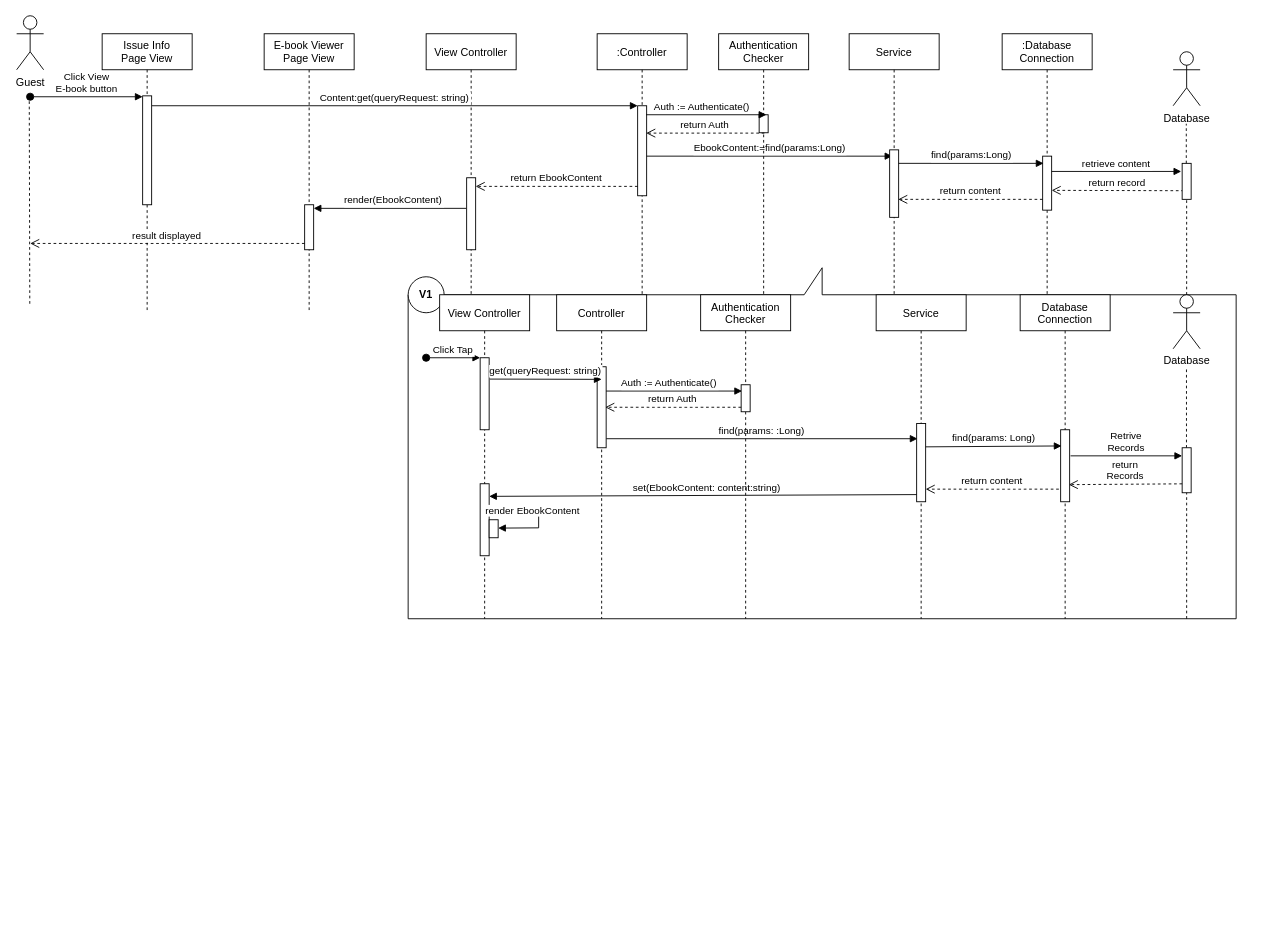
The draw.io diagram docs/SequenceDiagram/diagrams/SD-UC-11.drawio in youngkwon02/Enhanced-library-management, before the edit. Source tidied: cells renumbered, new cells numbered last; positions are measured from the earlier drawing's top-left corner, leaving out a move shared by most shapes. Both pictures are drawn from the tidied source at 90%, with x=0, y=0 at pixel (16, 15).
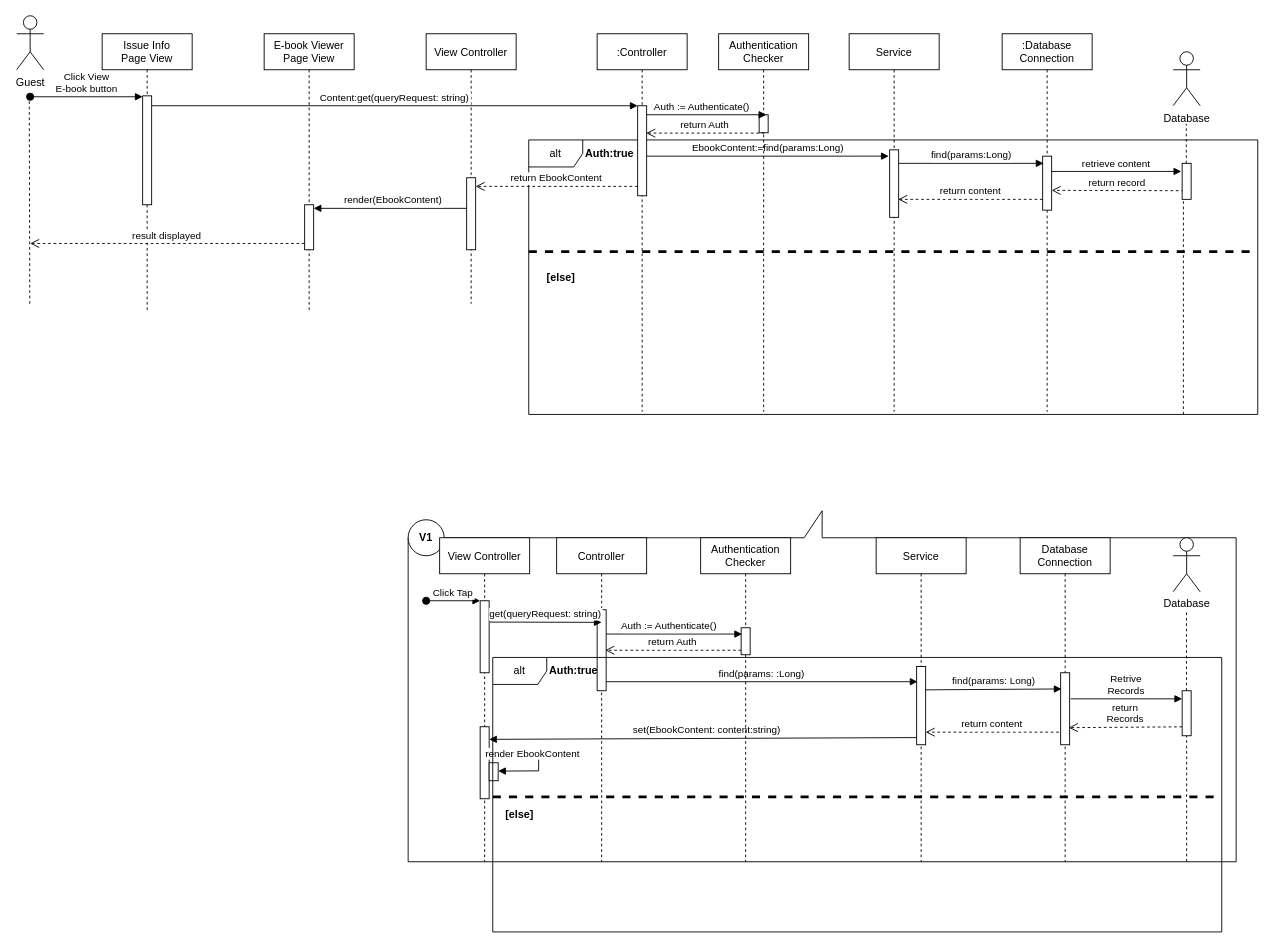
The same page after the edit.

The change refers to these unchanged cells:
```xml
<mxCell id="36" style="points=[];perimeter=orthogonalPerimeter;rounded=0;shadow=0;strokeWidth=1;" parent="33" vertex="1">
  <mxGeometry x="45" y="210" width="10" height="80" as="geometry" />
</mxCell>
<mxCell id="41" style="points=[];perimeter=orthogonalPerimeter;rounded=0;shadow=0;strokeWidth=1;" parent="1" vertex="1">
  <mxGeometry x="1295" y="164" width="10" height="40" as="geometry" />
</mxCell>
<mxCell id="44" style="points=[];perimeter=orthogonalPerimeter;rounded=0;shadow=0;strokeWidth=1;" parent="43" vertex="1">
  <mxGeometry x="45" y="129" width="10" height="75" as="geometry" />
</mxCell>
```

Diff of the diagram source:
```diff
@@
+    <mxCell id="65" value="alt" style="shape=umlFrame;whiteSpace=wrap;html=1;" parent="1" vertex="1">
+      <mxGeometry x="569" y="138" width="810" height="305" as="geometry" />
+    </mxCell>
@@
     <mxCell id="5" value=":Controller" style="shape=umlLifeline;perimeter=lifelinePerimeter;rounded=0;shadow=0;strokeWidth=1;" parent="1" vertex="1">
-      <mxGeometry x="645" y="20" width="100" height="300" as="geometry" />
+      <mxGeometry x="645" y="20" width="100" height="420" as="geometry" />
     </mxCell>
@@
     <mxCell id="10" value=":Database&#10;Connection" style="shape=umlLifeline;perimeter=lifelinePerimeter;rounded=0;shadow=0;strokeWidth=1;" parent="1" vertex="1">
-      <mxGeometry x="1095" y="20" width="100" height="300" as="geometry" />
+      <mxGeometry x="1095" y="20" width="100" height="420" as="geometry" />
     </mxCell>
@@
-    <mxCell id="13" value="EbookContent:=find(params:Long)" style="verticalAlign=bottom;endArrow=block;shadow=0;strokeWidth=1;entryX=0.48;entryY=0.469;entryDx=0;entryDy=0;entryPerimeter=0;" parent="1" edge="1" target="43">
+    <mxCell id="13" value="EbookContent:=find(params:Long)" style="verticalAlign=bottom;endArrow=block;shadow=0;strokeWidth=1;entryX=-0.1;entryY=0.093;entryDx=0;entryDy=0;entryPerimeter=0;" parent="1" edge="1" target="44">
       <mxGeometry relative="1" as="geometry">
         <mxPoint x="700" y="156" as="sourcePoint" />
       </mxGeometry>
     </mxCell>
@@
     <mxCell id="18" style="shape=callout;whiteSpace=wrap;html=1;perimeter=calloutPerimeter;rotation=-180;" parent="1" vertex="1">
-      <mxGeometry x="435" y="280" width="920" height="390" as="geometry" />
+      <mxGeometry x="435" y="550" width="920" height="390" as="geometry" />
     </mxCell>
     <mxCell id="19" value="Database" style="shape=umlActor;verticalLabelPosition=bottom;verticalAlign=top;html=1;" parent="1" vertex="1">
-      <mxGeometry x="1285" y="310" width="30" height="60" as="geometry" />
+      <mxGeometry x="1285" y="580" width="30" height="60" as="geometry" />
     </mxCell>
     <mxCell id="20" style="endArrow=none;dashed=1;html=1;startArrow=none;" parent="1" edge="1" source="22">
       <mxGeometry relative="1" as="geometry">
-        <mxPoint x="1299.8" y="390" as="targetPoint" />
+        <mxPoint x="1299.8" y="660" as="targetPoint" />
       </mxGeometry>
     </mxCell>
@@
     <mxCell id="22" style="points=[];perimeter=orthogonalPerimeter;rounded=0;shadow=0;strokeWidth=1;" parent="1" vertex="1">
-      <mxGeometry x="1295" y="480" width="10" height="50" as="geometry" />
+      <mxGeometry x="1295" y="750" width="10" height="50" as="geometry" />
     </mxCell>
     <mxCell id="23" style="endArrow=none;dashed=1;html=1;startArrow=none;" parent="1" edge="1" target="22">
       <mxGeometry relative="1" as="geometry">
-        <mxPoint x="1300" y="670" as="sourcePoint" />
+        <mxPoint x="1300" y="940" as="sourcePoint" />
       </mxGeometry>
     </mxCell>
     <mxCell id="24" value="Retrive&#10;Records" style="verticalAlign=bottom;endArrow=block;shadow=0;strokeWidth=1;" parent="1" edge="1">
       <mxGeometry relative="1" as="geometry">
-        <mxPoint x="1171" y="489" as="sourcePoint" />
-        <mxPoint x="1295" y="489" as="targetPoint" />
+        <mxPoint x="1171" y="759" as="sourcePoint" />
+        <mxPoint x="1295" y="759" as="targetPoint" />
       </mxGeometry>
     </mxCell>
     <mxCell id="25" value="return&#10;Records" style="verticalAlign=bottom;endArrow=open;dashed=1;endSize=8;exitX=-0.026;exitY=1.002;shadow=0;strokeWidth=1;exitDx=0;exitDy=0;exitPerimeter=0;" parent="1" edge="1">
       <mxGeometry relative="1" as="geometry">
-        <mxPoint x="1295" y="520.1" as="sourcePoint" />
-        <mxPoint x="1169" y="521" as="targetPoint" />
+        <mxPoint x="1295" y="790.1" as="sourcePoint" />
+        <mxPoint x="1169" y="791" as="targetPoint" />
       </mxGeometry>
     </mxCell>
     <mxCell id="26" value="set(EbookContent: content:string)" style="verticalAlign=bottom;endArrow=block;shadow=0;strokeWidth=1;entryX=1;entryY=0.175;entryDx=0;entryDy=0;entryPerimeter=0;" parent="1" edge="1" target="36">
       <mxGeometry relative="1" as="geometry">
-        <mxPoint x="1009" y="532" as="sourcePoint" />
+        <mxPoint x="1009" y="802" as="sourcePoint" />
       </mxGeometry>
     </mxCell>
     <mxCell id="27" style="ellipse;whiteSpace=wrap;html=1;" parent="1" vertex="1">
-      <mxGeometry x="435" y="290" width="40" height="40" as="geometry" />
+      <mxGeometry x="435" y="560" width="40" height="40" as="geometry" />
     </mxCell>
     <mxCell id="28" value="&lt;b&gt;V1&lt;/b&gt;" style="text;html=1;strokeColor=none;fillColor=none;align=center;verticalAlign=middle;whiteSpace=wrap;rounded=0;" parent="1" vertex="1">
-      <mxGeometry x="435" y="300" width="40" height="20" as="geometry" />
+      <mxGeometry x="435" y="570" width="40" height="20" as="geometry" />
     </mxCell>
     <mxCell id="29" value="Controller" style="shape=umlLifeline;perimeter=lifelinePerimeter;rounded=0;shadow=0;strokeWidth=1;" parent="1" vertex="1">
-      <mxGeometry x="600" y="310" width="100" height="360" as="geometry" />
+      <mxGeometry x="600" y="580" width="100" height="360" as="geometry" />
     </mxCell>
@@
     <mxCell id="31" value="Database&#10;Connection" style="shape=umlLifeline;perimeter=lifelinePerimeter;rounded=0;shadow=0;strokeWidth=1;" parent="1" vertex="1">
-      <mxGeometry x="1115" y="310" width="100" height="360" as="geometry" />
+      <mxGeometry x="1115" y="580" width="100" height="360" as="geometry" />
     </mxCell>
@@
     <mxCell id="33" value="View Controller" style="shape=umlLifeline;perimeter=lifelinePerimeter;rounded=0;shadow=0;strokeWidth=1;" parent="1" vertex="1">
-      <mxGeometry x="470" y="310" width="100" height="360" as="geometry" />
+      <mxGeometry x="470" y="580" width="100" height="360" as="geometry" />
     </mxCell>
@@
     <mxCell id="40" value="get(queryRequest: string)" style="verticalAlign=bottom;endArrow=block;shadow=0;strokeWidth=1;exitX=1.083;exitY=0.871;exitDx=0;exitDy=0;exitPerimeter=0;" parent="1" edge="1">
       <mxGeometry relative="1" as="geometry">
-        <mxPoint x="525.8" y="403.7" as="sourcePoint" />
-        <mxPoint x="650" y="404" as="targetPoint" />
+        <mxPoint x="525.8" y="673.7" as="sourcePoint" />
+        <mxPoint x="650" y="674" as="targetPoint" />
       </mxGeometry>
     </mxCell>
@@
-    <mxCell id="42" style="endArrow=none;dashed=1;html=1;" parent="1" edge="1" target="41">
-      <mxGeometry relative="1" as="geometry">
-        <mxPoint x="1300" y="310" as="sourcePoint" />
-      </mxGeometry>
+    <mxCell id="42" style="endArrow=none;dashed=1;html=1;exitX=0.898;exitY=1;exitDx=0;exitDy=0;exitPerimeter=0;" parent="1" edge="1" source="65" target="41">
+      <mxGeometry relative="1" as="geometry" />
     </mxCell>
     <mxCell id="43" value="Service" style="shape=umlLifeline;perimeter=lifelinePerimeter;rounded=0;shadow=0;strokeWidth=1;" parent="1" vertex="1">
-      <mxGeometry x="925" y="20" width="100" height="290" as="geometry" />
+      <mxGeometry x="925" y="20" width="100" height="420" as="geometry" />
     </mxCell>
@@
     <mxCell id="47" value="Service" style="shape=umlLifeline;perimeter=lifelinePerimeter;rounded=0;shadow=0;strokeWidth=1;" parent="1" vertex="1">
-      <mxGeometry x="955" y="310" width="100" height="360" as="geometry" />
+      <mxGeometry x="955" y="580" width="100" height="360" as="geometry" />
     </mxCell>
@@
     <mxCell id="49" value="find(params: Long)" style="verticalAlign=bottom;endArrow=block;shadow=0;strokeWidth=1;entryX=-0.1;entryY=0.227;entryDx=0;entryDy=0;entryPerimeter=0;exitX=1.2;exitY=0.373;exitDx=0;exitDy=0;exitPerimeter=0;" parent="1" edge="1">
       <mxGeometry relative="1" as="geometry">
-        <mxPoint x="1010" y="479" as="sourcePoint" />
-        <mxPoint x="1161" y="478" as="targetPoint" />
+        <mxPoint x="1010" y="749" as="sourcePoint" />
+        <mxPoint x="1161" y="748" as="targetPoint" />
       </mxGeometry>
     </mxCell>
     <mxCell id="50" value="return content" style="verticalAlign=bottom;endArrow=open;dashed=1;endSize=8;shadow=0;strokeWidth=1;entryX=1.1;entryY=0.839;entryDx=0;entryDy=0;entryPerimeter=0;" parent="1" edge="1">
       <mxGeometry relative="1" as="geometry">
-        <mxPoint x="1158" y="526" as="sourcePoint" />
-        <mxPoint x="1010" y="526" as="targetPoint" />
+        <mxPoint x="1158" y="796" as="sourcePoint" />
+        <mxPoint x="1010" y="796" as="targetPoint" />
       </mxGeometry>
     </mxCell>
     <mxCell id="51" value="Authentication&#10;Checker" style="shape=umlLifeline;perimeter=lifelinePerimeter;rounded=0;shadow=0;strokeWidth=1;" parent="1" vertex="1">
-      <mxGeometry x="780" y="20" width="100" height="290" as="geometry" />
+      <mxGeometry x="780" y="20" width="100" height="420" as="geometry" />
     </mxCell>
@@
     <mxCell id="55" value="Authentication&#10;Checker" style="shape=umlLifeline;perimeter=lifelinePerimeter;rounded=0;shadow=0;strokeWidth=1;" parent="1" vertex="1">
-      <mxGeometry x="760" y="310" width="100" height="360" as="geometry" />
+      <mxGeometry x="760" y="580" width="100" height="360" as="geometry" />
     </mxCell>
@@
     <mxCell id="57" value="Auth := Authenticate()" style="verticalAlign=bottom;endArrow=block;shadow=0;strokeWidth=1;" parent="1" edge="1">
       <mxGeometry x="-0.07" relative="1" as="geometry">
-        <mxPoint x="655" y="417" as="sourcePoint" />
-        <mxPoint x="806" y="417" as="targetPoint" />
+        <mxPoint x="655" y="687" as="sourcePoint" />
+        <mxPoint x="806" y="687" as="targetPoint" />
       </mxGeometry>
     </mxCell>
     <mxCell id="58" value="return Auth" style="verticalAlign=bottom;endArrow=open;dashed=1;endSize=8;shadow=0;strokeWidth=1;entryX=1;entryY=0.5;entryDx=0;entryDy=0;entryPerimeter=0;" parent="1" edge="1">
       <mxGeometry relative="1" as="geometry">
-        <mxPoint x="805" y="435" as="sourcePoint" />
-        <mxPoint x="654" y="435" as="targetPoint" />
+        <mxPoint x="805" y="705" as="sourcePoint" />
+        <mxPoint x="654" y="705" as="targetPoint" />
       </mxGeometry>
     </mxCell>
@@
+    <mxCell id="66" value="&lt;b&gt;Auth:true&lt;/b&gt;" style="text;html=1;strokeColor=none;fillColor=none;align=center;verticalAlign=middle;whiteSpace=wrap;rounded=0;" parent="1" vertex="1">
+      <mxGeometry x="639" y="143" width="40" height="20" as="geometry" />
+    </mxCell>
+    <mxCell id="67" style="endArrow=none;dashed=1;html=1;strokeWidth=3;" parent="1" edge="1">
+      <mxGeometry relative="1" as="geometry">
+        <mxPoint x="569" y="262" as="sourcePoint" />
+        <mxPoint x="1379" y="262" as="targetPoint" />
+      </mxGeometry>
+    </mxCell>
+    <mxCell id="68" value="&lt;b&gt;[else]&lt;/b&gt;" style="text;html=1;strokeColor=none;fillColor=none;align=center;verticalAlign=middle;whiteSpace=wrap;rounded=0;" parent="1" vertex="1">
+      <mxGeometry x="585" y="280.5" width="40" height="20" as="geometry" />
+    </mxCell>
+    <mxCell id="69" value="alt" style="shape=umlFrame;whiteSpace=wrap;html=1;" parent="1" vertex="1">
+      <mxGeometry x="529" y="713" width="810" height="305" as="geometry" />
+    </mxCell>
+    <mxCell id="70" value="&lt;b&gt;Auth:true&lt;/b&gt;" style="text;html=1;strokeColor=none;fillColor=none;align=center;verticalAlign=middle;whiteSpace=wrap;rounded=0;" parent="1" vertex="1">
+      <mxGeometry x="599" y="718" width="40" height="20" as="geometry" />
+    </mxCell>
+    <mxCell id="71" style="endArrow=none;dashed=1;html=1;strokeWidth=3;" parent="1" edge="1">
+      <mxGeometry relative="1" as="geometry">
+        <mxPoint x="529" y="868" as="sourcePoint" />
+        <mxPoint x="1339" y="868" as="targetPoint" />
+      </mxGeometry>
+    </mxCell>
+    <mxCell id="72" value="&lt;b&gt;[else]&lt;/b&gt;" style="text;html=1;strokeColor=none;fillColor=none;align=center;verticalAlign=middle;whiteSpace=wrap;rounded=0;" parent="1" vertex="1">
+      <mxGeometry x="539" y="878" width="40" height="20" as="geometry" />
+    </mxCell>
```
